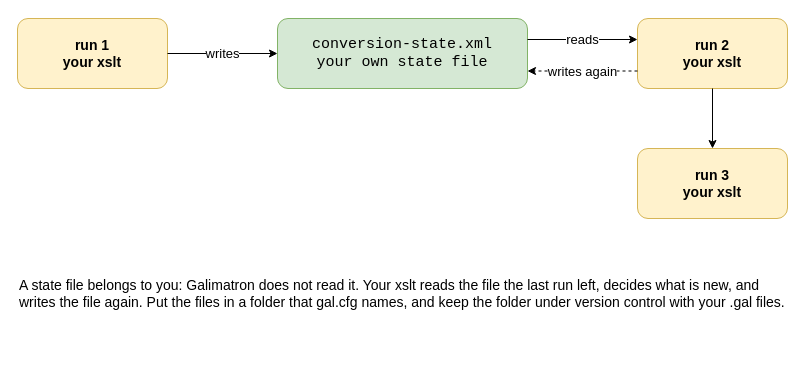
Above: drawio/20_custom_state.drawio in goloveshin/galimatron_doc (draw.io), before the change. Source tidied: cells renumbered, new cells numbered last; positions are measured from the earlier drawing's top-left corner, leaving out a move shared by most shapes. Both pictures are drawn from the tidied source at 100%, with x=0, y=0 at pixel (17, 18).
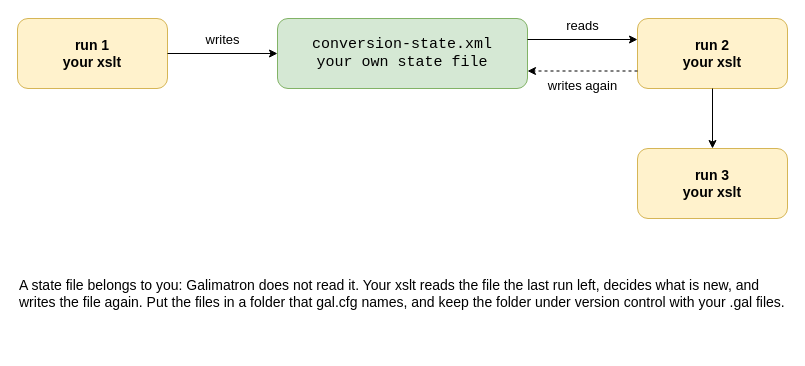
Above is the later version.

Change to the diagram source:
```diff
@@
 <mxGraphModel>
   <root>
     <mxCell id="0" />
     <mxCell id="1" parent="0" />
     <mxCell id="2" value="run 1&lt;br&gt;your xslt" style="rounded=1;whiteSpace=wrap;html=1;fillColor=#fff2cc;strokeColor=#d6b656;fontStyle=1;fontSize=14;" parent="1" vertex="1">
       <mxGeometry width="150" height="70" as="geometry" />
     </mxCell>
     <mxCell id="3" value="conversion-state.xml&lt;br&gt;your own state file" style="rounded=1;whiteSpace=wrap;html=1;fillColor=#d5e8d4;strokeColor=#82b366;fontFamily=Courier New;fontSize=15;" parent="1" vertex="1">
       <mxGeometry x="260" width="250" height="70" as="geometry" />
     </mxCell>
     <mxCell id="4" value="run 2&lt;br&gt;your xslt" style="rounded=1;whiteSpace=wrap;html=1;fillColor=#fff2cc;strokeColor=#d6b656;fontStyle=1;fontSize=14;" parent="1" vertex="1">
       <mxGeometry x="620" width="150" height="70" as="geometry" />
     </mxCell>
-    <mxCell id="5" value="writes" style="endArrow=classic;html=1;labelBackgroundColor=#ffffff;edgeStyle=none;fontSize=13;" parent="1" edge="1" source="2" target="3">
-      <mxGeometry relative="1" as="geometry" />
+    <mxCell id="5" value="writes" style="endArrow=classic;html=1;edgeStyle=none;fontSize=13;" parent="1" edge="1" source="2" target="3">
+      <mxGeometry relative="1" as="geometry">
+        <mxPoint y="-14" as="offset" />
+      </mxGeometry>
     </mxCell>
-    <mxCell id="6" value="reads" style="endArrow=classic;html=1;labelBackgroundColor=#ffffff;edgeStyle=none;exitX=1;exitY=0.3;exitDx=0;exitDy=0;entryX=0;entryY=0.3;entryDx=0;entryDy=0;fontSize=13;" parent="1" edge="1" source="3" target="4">
-      <mxGeometry relative="1" as="geometry" />
+    <mxCell id="6" value="reads" style="endArrow=classic;html=1;edgeStyle=none;exitX=1;exitY=0.3;exitDx=0;exitDy=0;entryX=0;entryY=0.3;entryDx=0;entryDy=0;fontSize=13;" parent="1" edge="1" source="3" target="4">
+      <mxGeometry relative="1" as="geometry">
+        <mxPoint y="-14" as="offset" />
+      </mxGeometry>
     </mxCell>
     <mxCell id="7" value="run 3&lt;br&gt;your xslt" style="rounded=1;whiteSpace=wrap;html=1;fillColor=#fff2cc;strokeColor=#d6b656;fontStyle=1;fontSize=14;" parent="1" vertex="1">
       <mxGeometry x="620" y="130" width="150" height="70" as="geometry" />
     </mxCell>
     <mxCell id="8" style="endArrow=classic;html=1;labelBackgroundColor=#ffffff;edgeStyle=none;" parent="1" edge="1" source="4" target="7">
       <mxGeometry relative="1" as="geometry" />
     </mxCell>
-    <mxCell id="9" value="writes again" style="endArrow=classic;html=1;labelBackgroundColor=#ffffff;edgeStyle=none;dashed=1;exitX=0;exitY=0.75;exitDx=0;exitDy=0;entryX=1;entryY=0.75;entryDx=0;entryDy=0;fontSize=13;" parent="1" edge="1" source="4" target="3">
-      <mxGeometry relative="1" as="geometry" />
+    <mxCell id="9" value="writes again" style="endArrow=classic;html=1;edgeStyle=none;dashed=1;exitX=0;exitY=0.75;exitDx=0;exitDy=0;entryX=1;entryY=0.75;entryDx=0;entryDy=0;fontSize=13;" parent="1" edge="1" source="4" target="3">
+      <mxGeometry relative="1" as="geometry">
+        <mxPoint y="14" as="offset" />
+      </mxGeometry>
     </mxCell>
     <mxCell id="10" value="A state file belongs to you: Galimatron does not read it. Your xslt reads the file the last run left, decides what is new, and writes the file again. Put the files in a folder that gal.cfg names, and keep the folder under version control with your .gal files." style="text;html=1;whiteSpace=wrap;verticalAlign=middle;align=left;fontSize=14;" parent="1" vertex="1">
       <mxGeometry y="220" width="770" height="110" as="geometry" />
     </mxCell>
   </root>
 </mxGraphModel>
```
